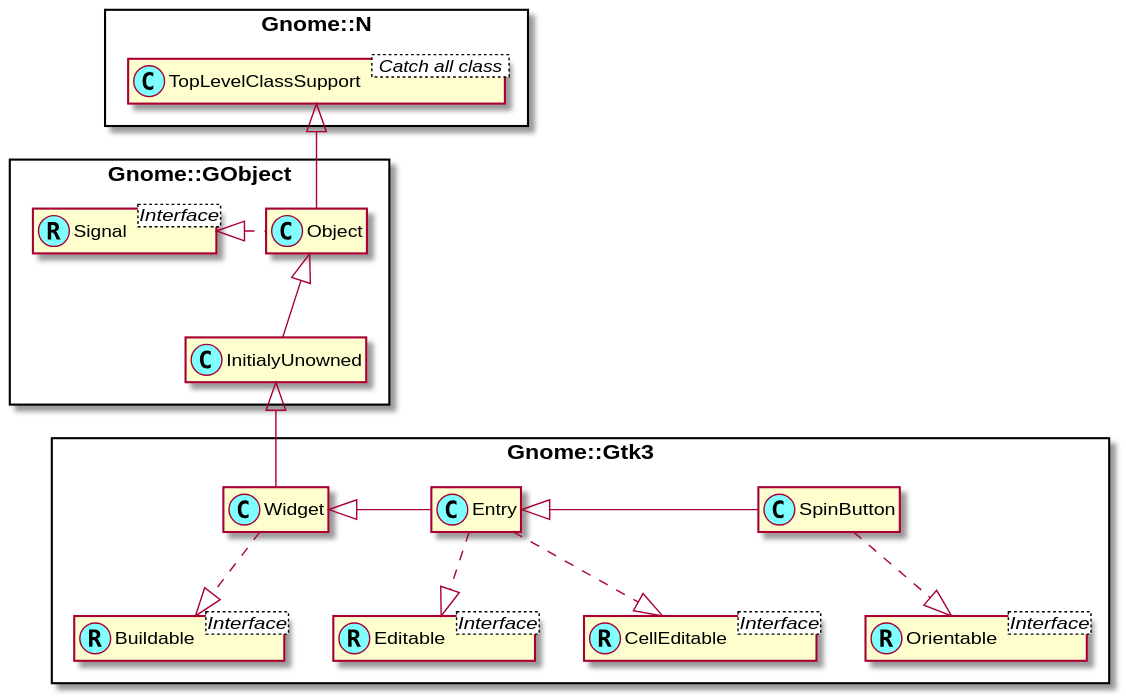
Before: docs/content-docs/reference/Gtk3/plantuml/SpinButton.svg, a diagram exported from PlantUML (MARTIMM/gnome-gtk3).
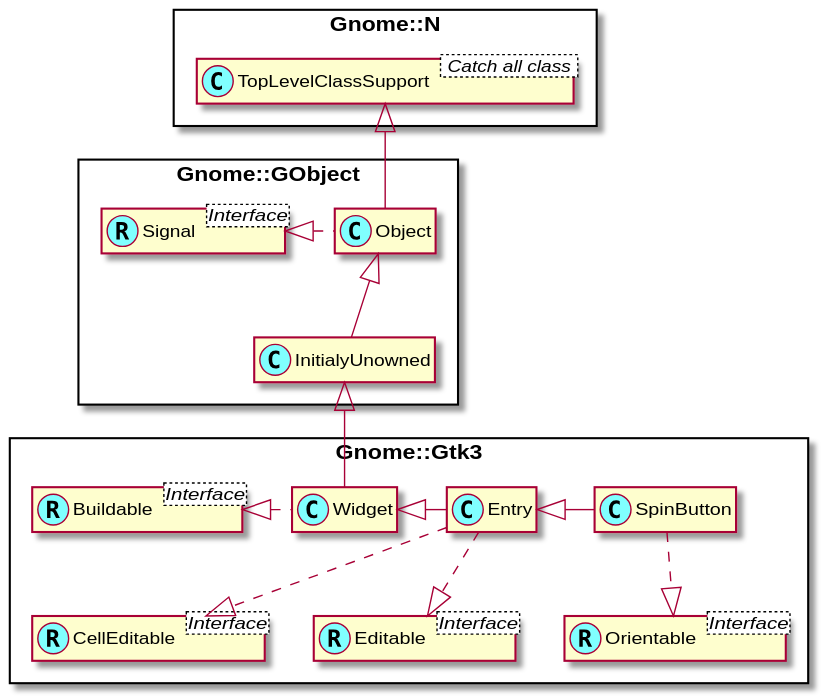
The same file after the commit.

Diff of the diagram source:
```diff
@@ -29,7 +29,7 @@
 Gnome::GObject::Signal <|. Gnome::GObject::Object
 
 Gnome::GObject::InitialyUnowned <|-- Gnome::Gtk3::Widget
-Gnome::Gtk3::Widget ..|> Gnome::Gtk3::Buildable
+Gnome::Gtk3::Buildable <|. Gnome::Gtk3::Widget
 
 Gnome::Gtk3::Widget <|- Gnome::Gtk3::Entry
 Gnome::Gtk3::Entry ..|> Gnome::Gtk3::CellEditable
```
